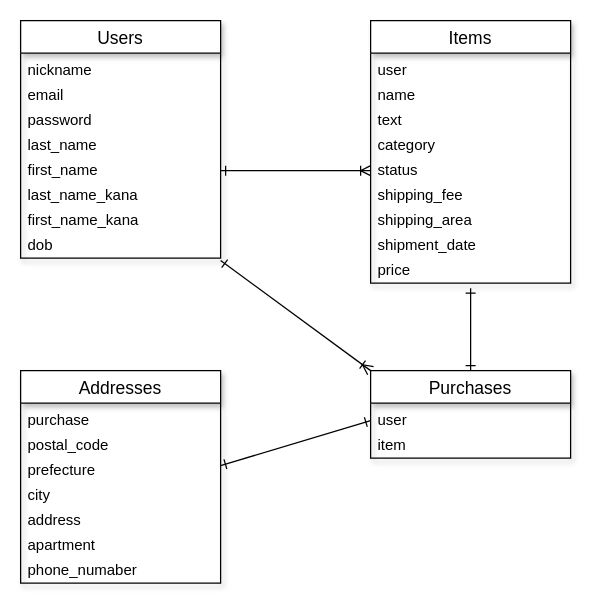
KR-117/furima-38268 keeps this draw.io diagram as furima-38268.dio. Above is the earlier version. Source tidied: cells renumbered, new cells numbered last; positions are measured from the earlier drawing's top-left corner, leaving out a move shared by most shapes. Both pictures are drawn from the tidied source at 125%, with x=0, y=0 at pixel (20, 20).
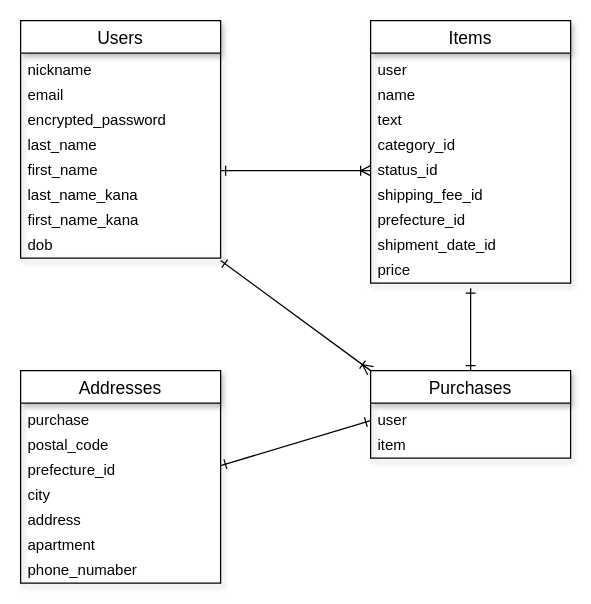
The same page after the edit.

Commit message (it also covers changes not shown here):
修正データベース設計

Unchanged cells that the change refers to:
```xml
<mxCell id="3" value="Users" style="swimlane;fontStyle=0;horizontal=1;startSize=26;align=center;fontSize=14;shadow=1;fillColor=default;" parent="1" vertex="1">
  <mxGeometry width="160" height="190" as="geometry" />
</mxCell>
<mxCell id="12" value="Items" style="swimlane;fontStyle=0;horizontal=1;startSize=26;align=center;fontSize=14;shadow=1;fillColor=default;" parent="1" vertex="1">
  <mxGeometry x="280" width="160" height="210" as="geometry" />
</mxCell>
<mxCell id="22" value="Addresses" style="swimlane;fontStyle=0;horizontal=1;startSize=26;align=center;fontSize=14;shadow=1;fillColor=default;" parent="1" vertex="1">
  <mxGeometry y="280" width="160" height="170" as="geometry" />
</mxCell>
```

What changed in the source:
```diff
@@
-    <mxCell id="6" value="password" style="text;strokeColor=none;fillColor=none;spacingLeft=4;spacingRight=4;overflow=hidden;fontSize=12;shadow=1;" parent="3" vertex="1">
+    <mxCell id="6" value="encrypted_password" style="text;strokeColor=none;fillColor=none;spacingLeft=4;spacingRight=4;overflow=hidden;fontSize=12;shadow=1;" parent="3" vertex="1">
       <mxGeometry y="66" width="160" height="20" as="geometry" />
     </mxCell>
@@
-    <mxCell id="16" value="category" style="text;strokeColor=none;fillColor=none;spacingLeft=4;spacingRight=4;overflow=hidden;fontSize=12;shadow=1;" parent="12" vertex="1">
+    <mxCell id="16" value="category_id" style="text;strokeColor=none;fillColor=none;spacingLeft=4;spacingRight=4;overflow=hidden;fontSize=12;shadow=1;" parent="12" vertex="1">
       <mxGeometry y="86" width="160" height="20" as="geometry" />
     </mxCell>
-    <mxCell id="17" value="status" style="text;strokeColor=none;fillColor=none;spacingLeft=4;spacingRight=4;overflow=hidden;fontSize=12;shadow=1;" parent="12" vertex="1">
+    <mxCell id="17" value="status_id" style="text;strokeColor=none;fillColor=none;spacingLeft=4;spacingRight=4;overflow=hidden;fontSize=12;shadow=1;" parent="12" vertex="1">
       <mxGeometry y="106" width="160" height="20" as="geometry" />
     </mxCell>
-    <mxCell id="18" value="shipping_fee" style="text;strokeColor=none;fillColor=none;spacingLeft=4;spacingRight=4;overflow=hidden;fontSize=12;shadow=1;" parent="12" vertex="1">
+    <mxCell id="18" value="shipping_fee_id" style="text;strokeColor=none;fillColor=none;spacingLeft=4;spacingRight=4;overflow=hidden;fontSize=12;shadow=1;" parent="12" vertex="1">
       <mxGeometry y="126" width="160" height="20" as="geometry" />
     </mxCell>
-    <mxCell id="19" value="shipping_area" style="text;strokeColor=none;fillColor=none;spacingLeft=4;spacingRight=4;overflow=hidden;fontSize=12;shadow=1;" parent="12" vertex="1">
+    <mxCell id="19" value="prefecture_id" style="text;strokeColor=none;fillColor=none;spacingLeft=4;spacingRight=4;overflow=hidden;fontSize=12;shadow=1;" parent="12" vertex="1">
       <mxGeometry y="146" width="160" height="20" as="geometry" />
     </mxCell>
-    <mxCell id="20" value="shipment_date" style="text;strokeColor=none;fillColor=none;spacingLeft=4;spacingRight=4;overflow=hidden;fontSize=12;shadow=1;" parent="12" vertex="1">
+    <mxCell id="20" value="shipment_date_id" style="text;strokeColor=none;fillColor=none;spacingLeft=4;spacingRight=4;overflow=hidden;fontSize=12;shadow=1;" parent="12" vertex="1">
       <mxGeometry y="166" width="160" height="20" as="geometry" />
     </mxCell>
@@
-    <mxCell id="25" value="prefecture" style="text;strokeColor=none;fillColor=none;spacingLeft=4;spacingRight=4;overflow=hidden;points=[[0,0.5],[1,0.5]];portConstraint=eastwest;fontSize=12;shadow=1;" parent="22" vertex="1">
+    <mxCell id="25" value="prefecture_id" style="text;strokeColor=none;fillColor=none;spacingLeft=4;spacingRight=4;overflow=hidden;points=[[0,0.5],[1,0.5]];portConstraint=eastwest;fontSize=12;shadow=1;" parent="22" vertex="1">
       <mxGeometry y="66" width="160" height="20" as="geometry" />
     </mxCell>
```
